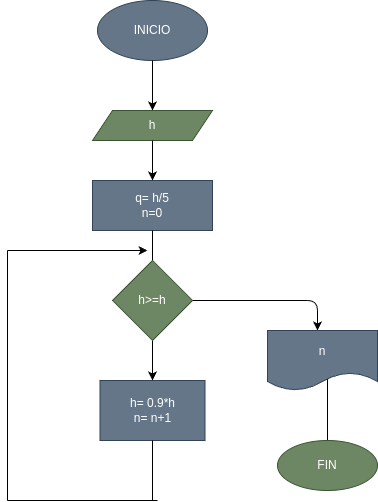
This is diagrama.png from carlos312857/pelota_altura, a draw.io export, as it was before one commit. Source tidied: cells renumbered, new cells last; positions are measured from the earlier drawing's top-left corner, leaving out a move shared by most shapes.
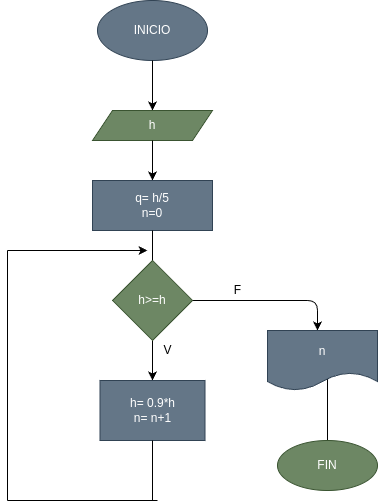
Later version of the same file.

Diff of the diagram source:
```diff
@@ -77,5 +77,11 @@
         <mxPoint x="140" y="250" as="targetPoint" />
       </mxGeometry>
     </mxCell>
+    <mxCell id="19" value="F" style="text;html=1;align=center;verticalAlign=middle;strokeColor=none;fillColor=none;" parent="1" vertex="1">
+      <mxGeometry x="215" y="275" width="30" height="30" as="geometry" />
+    </mxCell>
+    <mxCell id="20" value="V" style="text;html=1;align=center;verticalAlign=middle;strokeColor=none;fillColor=none;" parent="1" vertex="1">
+      <mxGeometry x="145" y="335" width="30" height="30" as="geometry" />
+    </mxCell>
   </root>
 </mxGraphModel>
```
